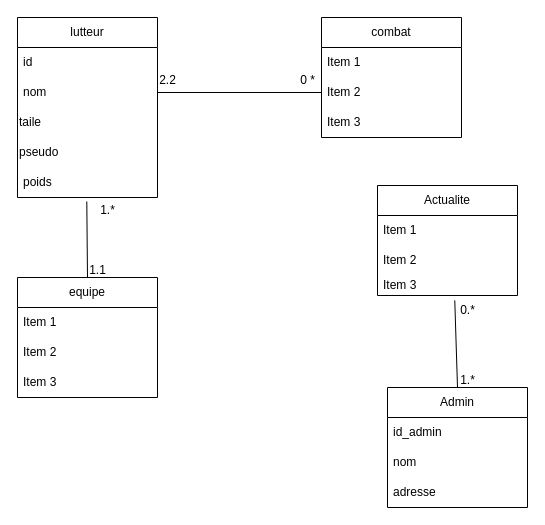
The draw.io diagram Diagramme sans nom.drawio in maybe0608/wave, before the edit. Source tidied: cells renumbered, new cells numbered last; positions are measured from the earlier drawing's top-left corner, leaving out a move shared by most shapes. Both pictures are drawn from the tidied source at 100%, with x=0, y=0 at pixel (17, 17).
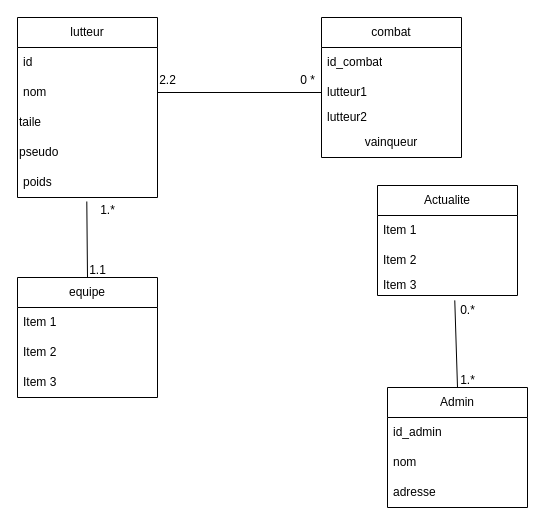
The same page after the edit.

Commit message:
Mettre à jour Diagramme sans nom.drawio

Change to the diagram source:
```diff
@@
     <mxCell id="8" value="combat" style="swimlane;fontStyle=0;horizontal=1;startSize=30;whiteSpace=wrap;html=1;" parent="1" vertex="1">
-      <mxGeometry x="304" width="140" height="120" as="geometry" />
+      <mxGeometry x="304" width="140" height="140" as="geometry" />
     </mxCell>
-    <mxCell id="9" value="Item 1" style="text;strokeColor=none;fillColor=none;align=left;verticalAlign=middle;spacingLeft=4;spacingRight=4;overflow=hidden;whiteSpace=wrap;html=1;" parent="8" vertex="1">
+    <mxCell id="9" value="id_combat" style="text;strokeColor=none;fillColor=none;align=left;verticalAlign=middle;spacingLeft=4;spacingRight=4;overflow=hidden;whiteSpace=wrap;html=1;" parent="8" vertex="1">
       <mxGeometry y="30" width="140" height="30" as="geometry" />
     </mxCell>
-    <mxCell id="10" value="Item 2" style="text;strokeColor=none;fillColor=none;align=left;verticalAlign=middle;spacingLeft=4;spacingRight=4;overflow=hidden;points=[[0,0.5],[1,0.5]];portConstraint=eastwest;whiteSpace=wrap;html=1;" parent="8" vertex="1">
+    <mxCell id="10" value="lutteur1" style="text;strokeColor=none;fillColor=none;align=left;verticalAlign=middle;spacingLeft=4;spacingRight=4;overflow=hidden;points=[[0,0.5],[1,0.5]];portConstraint=eastwest;whiteSpace=wrap;html=1;" parent="8" vertex="1">
       <mxGeometry y="60" width="140" height="30" as="geometry" />
     </mxCell>
-    <mxCell id="11" value="Item 3" style="text;strokeColor=none;fillColor=none;align=left;verticalAlign=middle;spacingLeft=4;spacingRight=4;overflow=hidden;whiteSpace=wrap;html=1;" parent="8" vertex="1">
-      <mxGeometry y="90" width="140" height="30" as="geometry" />
+    <mxCell id="11" value="lutteur2" style="text;strokeColor=none;fillColor=none;align=left;verticalAlign=middle;spacingLeft=4;spacingRight=4;overflow=hidden;whiteSpace=wrap;html=1;" parent="8" vertex="1">
+      <mxGeometry y="90" width="140" height="20" as="geometry" />
     </mxCell>
+    <mxCell id="33" value="vainqueur" style="text;html=1;strokeColor=none;fillColor=none;align=center;verticalAlign=middle;whiteSpace=wrap;rounded=0;" parent="8" vertex="1">
+      <mxGeometry y="110" width="140" height="30" as="geometry" />
+    </mxCell>
```
